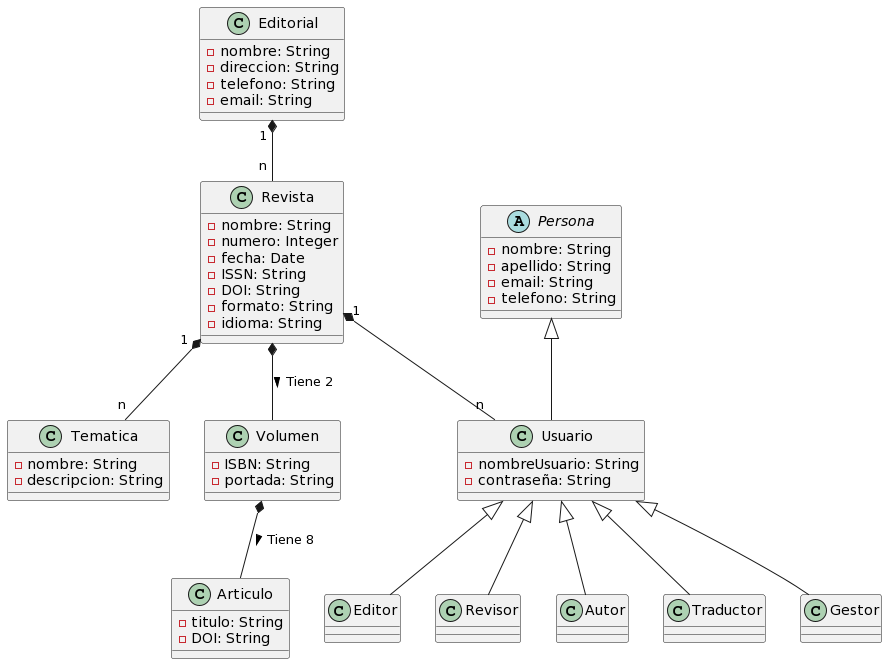
mmasias/IdSw1-22-23 keeps this PlantUML diagram as 000-entregas/Grupo4/modeloDelDominio/modeloDelDominio.png. Above is the earlier version.
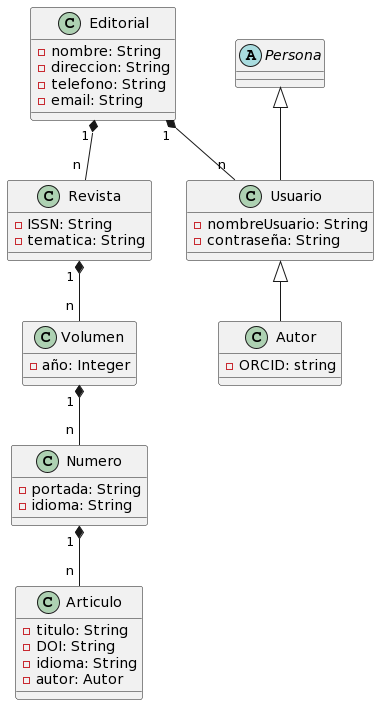
The same diagram one commit later.

Diff of the diagram source:
```diff
@@ -6,33 +6,27 @@
     -email: String
 }
 class Revista {
-    -nombre: String
-    -numero: Integer
-    -fecha: Date
     -ISSN: String
-    -DOI: String
-    -formato: String
+    -tematica: String
+}
+
+class Volumen {
+    -año: Integer
+}
+
+class Numero {
+    -portada: String
     -idioma: String
-}
-class Tematica{
-    -nombre: String
-    -descripcion: String
-}
-class Volumen {
-    -ISBN: String
-    -portada: String
 }
 
 class Articulo {
     -titulo: String
     -DOI: String
+    -idioma: String
+    -autor: Autor
 }
 
 abstract class Persona {
-    -nombre: String
-    -apellido: String
-    -email: String
-    -telefono: String
 }
 
 class Usuario extends Persona {
@@ -40,16 +34,14 @@
     -contraseña: String
 }
 
-class Editor extends Usuario
-class Revisor extends Usuario
-class Autor extends Usuario
-class Traductor extends Usuario
-class Gestor extends Usuario
+class Autor extends Usuario {
+    -ORCID: string
+}
 
 Editorial "1 " *--  "n " Revista
-Revista "1 " *--  "n " Tematica
-Revista  *--  Volumen : Tiene 2 >
-Volumen  *--  Articulo : Tiene 8 >
+Revista "1 " *-- "n " Volumen
+Volumen "1 " *-- "n " Numero
+Numero "1 " *-- "n " Articulo
 
-Revista "1 " *--  " n" Usuario
+Editorial "1 " *--  " n" Usuario
 @enduml
```
